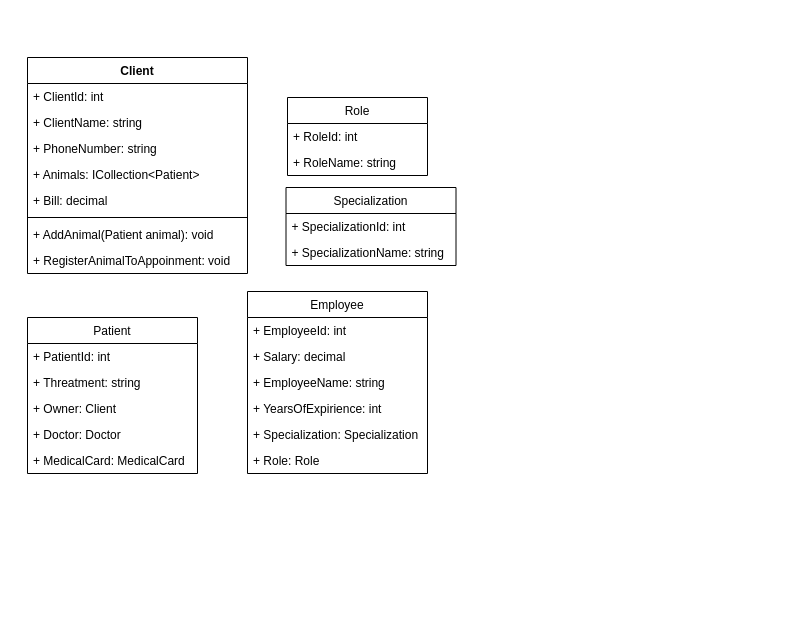
The draw.io diagram Classes.drawio in TRybina132/vetClinic, before the edit. Source tidied: cells renumbered, new cells numbered last; positions are measured from the earlier drawing's top-left corner, leaving out a move shared by most shapes. Both pictures are drawn from the tidied source at 100%, with x=0, y=0 at pixel (27, 57).
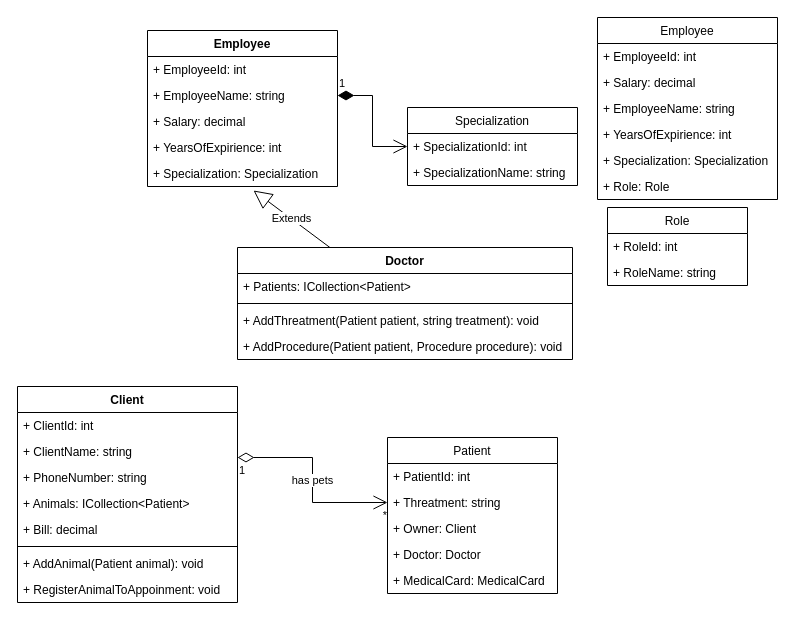
Above is the later version.

The change refers to these unchanged cells:
```xml
<mxCell id="5" value="+ PhoneNumber: string" style="text;strokeColor=none;fillColor=none;align=left;verticalAlign=top;spacingLeft=4;spacingRight=4;overflow=hidden;points=[[0,0.5],[1,0.5]];portConstraint=eastwest;" parent="2" vertex="1">
  <mxGeometry y="78" width="220" height="26" as="geometry" />
</mxCell>
<mxCell id="13" value="+ Threatment: string" style="text;strokeColor=none;fillColor=none;align=left;verticalAlign=top;spacingLeft=4;spacingRight=4;overflow=hidden;points=[[0,0.5],[1,0.5]];portConstraint=eastwest;" parent="11" vertex="1">
  <mxGeometry y="52" width="170" height="26" as="geometry" />
</mxCell>
```

The edit, as a diff of the source:
```diff
@@
     <mxCell id="2" value="Client&#10;" style="swimlane;fontStyle=1;align=center;verticalAlign=top;horizontal=1;startSize=26;" parent="1" vertex="1">
-      <mxGeometry width="220" height="216" as="geometry" />
+      <mxGeometry x="-10" y="329" width="220" height="216" as="geometry" />
     </mxCell>
@@
     <mxCell id="11" value="Patient" style="swimlane;fontStyle=0;horizontal=1;startSize=26;fillColor=none;" parent="1" vertex="1">
-      <mxGeometry y="260" width="170" height="156" as="geometry" />
+      <mxGeometry x="360" y="380" width="170" height="156" as="geometry" />
     </mxCell>
@@
     <mxCell id="17" value="Employee" style="swimlane;fontStyle=0;horizontal=1;startSize=26;fillColor=none;" parent="1" vertex="1">
-      <mxGeometry x="220" y="234" width="180" height="182" as="geometry" />
+      <mxGeometry x="570" y="-40" width="180" height="182" as="geometry" />
     </mxCell>
@@
     <mxCell id="24" value="Role" style="swimlane;fontStyle=0;horizontal=1;startSize=26;fillColor=none;" parent="1" vertex="1">
-      <mxGeometry x="260" y="40" width="140" height="78" as="geometry" />
+      <mxGeometry x="580" y="150" width="140" height="78" as="geometry" />
     </mxCell>
@@
     <mxCell id="27" value="Specialization" style="swimlane;fontStyle=0;horizontal=1;startSize=26;fillColor=none;" parent="1" vertex="1">
-      <mxGeometry x="258.5" y="130" width="170" height="78" as="geometry" />
+      <mxGeometry x="380" y="50" width="170" height="78" as="geometry" />
     </mxCell>
@@
+    <mxCell id="30" value="has pets" style="endArrow=open;html=1;endSize=12;startArrow=diamondThin;startSize=14;startFill=0;edgeStyle=orthogonalEdgeStyle;rounded=0;entryX=0;entryY=0.5;entryDx=0;entryDy=0;exitX=1;exitY=-0.269;exitDx=0;exitDy=0;exitPerimeter=0;" parent="1" edge="1" source="5" target="13">
+      <mxGeometry relative="1" as="geometry" />
+    </mxCell>
+    <mxCell id="31" value="1" style="edgeLabel;html=1;align=left;verticalAlign=top;" parent="30" vertex="1">
+      <mxGeometry x="-1" relative="1" as="geometry" />
+    </mxCell>
+    <mxCell id="32" value="*" style="edgeLabel;html=1;align=right;verticalAlign=top;" parent="30" vertex="1">
+      <mxGeometry x="1" relative="1" as="geometry" />
+    </mxCell>
+    <mxCell id="33" value="Employee" style="swimlane;fontStyle=1;align=center;verticalAlign=top;horizontal=1;startSize=26;" parent="1" vertex="1">
+      <mxGeometry x="120" y="-27" width="190" height="156" as="geometry" />
+    </mxCell>
+    <mxCell id="34" value="+ EmployeeId: int" style="text;strokeColor=none;fillColor=none;align=left;verticalAlign=top;spacingLeft=4;spacingRight=4;overflow=hidden;" parent="33" vertex="1">
+      <mxGeometry y="26" width="190" height="26" as="geometry" />
+    </mxCell>
+    <mxCell id="35" value="+ EmployeeName: string" style="text;strokeColor=none;fillColor=none;align=left;verticalAlign=top;spacingLeft=4;spacingRight=4;overflow=hidden;points=[[0,0.5],[1,0.5]];portConstraint=eastwest;" parent="33" vertex="1">
+      <mxGeometry y="52" width="190" height="26" as="geometry" />
+    </mxCell>
+    <mxCell id="36" value="+ Salary: decimal" style="text;strokeColor=none;fillColor=none;align=left;verticalAlign=top;spacingLeft=4;spacingRight=4;overflow=hidden;" parent="33" vertex="1">
+      <mxGeometry y="78" width="190" height="26" as="geometry" />
+    </mxCell>
+    <mxCell id="37" value="+ YearsOfExpirience: int" style="text;strokeColor=none;fillColor=none;align=left;verticalAlign=top;spacingLeft=4;spacingRight=4;overflow=hidden;" parent="33" vertex="1">
+      <mxGeometry y="104" width="190" height="26" as="geometry" />
+    </mxCell>
+    <mxCell id="38" value="+ Specialization: Specialization" style="text;strokeColor=none;fillColor=none;align=left;verticalAlign=top;spacingLeft=4;spacingRight=4;overflow=hidden;points=[[0,0.5],[1,0.5]];portConstraint=eastwest;" parent="33" vertex="1">
+      <mxGeometry y="130" width="190" height="26" as="geometry" />
+    </mxCell>
+    <mxCell id="39" value="1" style="endArrow=open;html=1;endSize=12;startArrow=diamondThin;startSize=14;startFill=1;edgeStyle=orthogonalEdgeStyle;align=left;verticalAlign=bottom;rounded=0;exitX=1;exitY=0.5;exitDx=0;exitDy=0;entryX=0;entryY=0.5;entryDx=0;entryDy=0;" parent="1" edge="1" source="35" target="27">
+      <mxGeometry x="-1" y="3" relative="1" as="geometry" />
+    </mxCell>
+    <mxCell id="40" value="Doctor" style="swimlane;fontStyle=1;align=center;verticalAlign=top;horizontal=1;startSize=26;" parent="1" vertex="1">
+      <mxGeometry x="210" y="190" width="335" height="112" as="geometry" />
+    </mxCell>
+    <mxCell id="41" value="+ Patients: ICollection&lt;Patient&gt;" style="text;strokeColor=none;fillColor=none;align=left;verticalAlign=top;spacingLeft=4;spacingRight=4;overflow=hidden;" parent="40" vertex="1">
+      <mxGeometry y="26" width="335" height="26" as="geometry" />
+    </mxCell>
+    <mxCell id="42" style="line;strokeWidth=1;fillColor=none;align=left;verticalAlign=middle;spacingTop=-1;spacingLeft=3;spacingRight=3;labelPosition=right;" parent="40" vertex="1">
+      <mxGeometry y="52" width="335" height="8" as="geometry" />
+    </mxCell>
+    <mxCell id="43" value="+ AddThreatment(Patient patient, string treatment): void" style="text;strokeColor=none;fillColor=none;align=left;verticalAlign=top;spacingLeft=4;spacingRight=4;overflow=hidden;" parent="40" vertex="1">
+      <mxGeometry y="60" width="335" height="26" as="geometry" />
+    </mxCell>
+    <mxCell id="44" value="+ AddProcedure(Patient patient, Procedure procedure): void" style="text;strokeColor=none;fillColor=none;align=left;verticalAlign=top;spacingLeft=4;spacingRight=4;overflow=hidden;" parent="40" vertex="1">
+      <mxGeometry y="86" width="335" height="26" as="geometry" />
+    </mxCell>
+    <mxCell id="45" value="Extends" style="endArrow=block;endSize=16;endFill=0;html=1;rounded=0;entryX=0.558;entryY=1.154;entryDx=0;entryDy=0;entryPerimeter=0;" parent="1" edge="1" source="40" target="38">
+      <mxGeometry relative="1" as="geometry" />
+    </mxCell>
```
